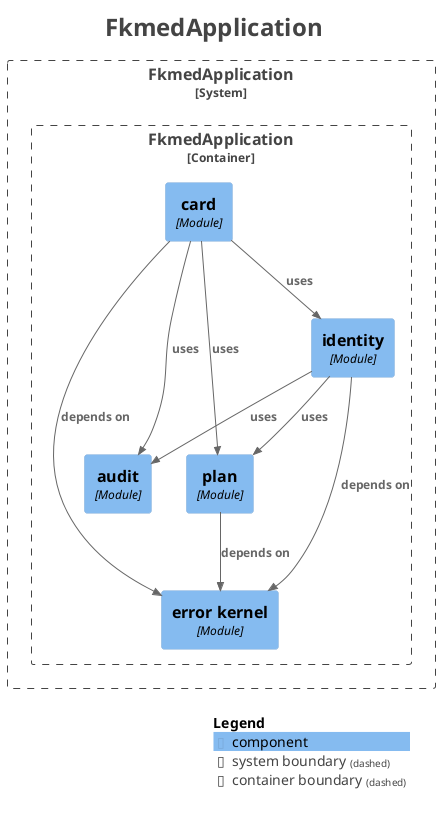
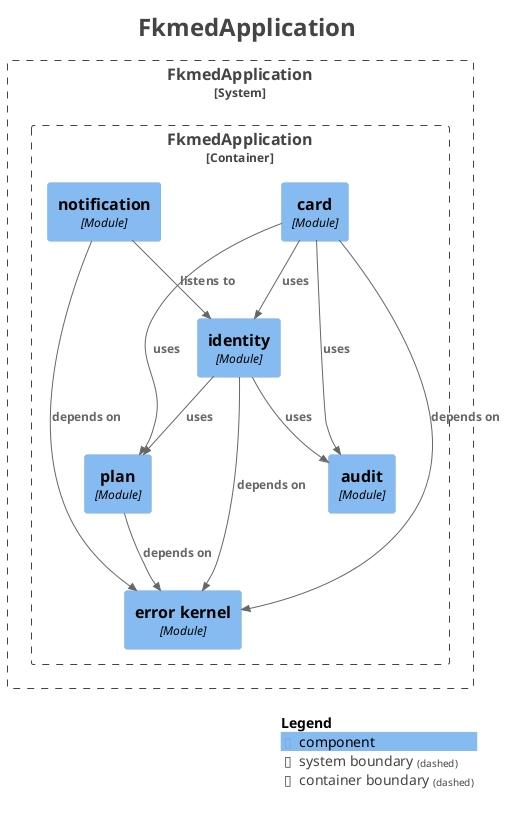
@startuml
title <size:24>FkmedApplication</size>

set separator none
top to bottom direction

<style>
  root {
    BackgroundColor: #ffffff
    FontColor: #444444
  }
</style>

!include <C4/C4>
!include <C4/C4_Context>
!include <C4/C4_Component>

System_Boundary("FkmedApplication_boundary", "FkmedApplication", $tags="") {
  Container_Boundary("FkmedApplication.FkmedApplication_boundary", "FkmedApplication", $tags="") {
    Component(FkmedApplication.FkmedApplication.audit, "audit", $techn="Module", $descr="", $tags="", $link="")
    Component(FkmedApplication.FkmedApplication.errorkernel, "error kernel", $techn="Module", $descr="", $tags="", $link="")
    Component(FkmedApplication.FkmedApplication.plan, "plan", $techn="Module", $descr="", $tags="", $link="")
    Component(FkmedApplication.FkmedApplication.identity, "identity", $techn="Module", $descr="", $tags="", $link="")
    Component(FkmedApplication.FkmedApplication.card, "card", $techn="Module", $descr="", $tags="", $link="")
+     Component(FkmedApplication.FkmedApplication.notification, "notification", $techn="Module", $descr="", $tags="", $link="")
  }

}

+ Rel(FkmedApplication.FkmedApplication.card, FkmedApplication.FkmedApplication.audit, "uses", $techn="", $tags="", $link="")
Rel(FkmedApplication.FkmedApplication.card, FkmedApplication.FkmedApplication.errorkernel, "depends on", $techn="", $tags="", $link="")
+ Rel(FkmedApplication.FkmedApplication.card, FkmedApplication.FkmedApplication.identity, "uses", $techn="", $tags="", $link="")
Rel(FkmedApplication.FkmedApplication.card, FkmedApplication.FkmedApplication.plan, "uses", $techn="", $tags="", $link="")
- Rel(FkmedApplication.FkmedApplication.card, FkmedApplication.FkmedApplication.identity, "uses", $techn="", $tags="", $link="")
- Rel(FkmedApplication.FkmedApplication.card, FkmedApplication.FkmedApplication.audit, "uses", $techn="", $tags="", $link="")
+ Rel(FkmedApplication.FkmedApplication.identity, FkmedApplication.FkmedApplication.audit, "uses", $techn="", $tags="", $link="")
Rel(FkmedApplication.FkmedApplication.identity, FkmedApplication.FkmedApplication.errorkernel, "depends on", $techn="", $tags="", $link="")
Rel(FkmedApplication.FkmedApplication.identity, FkmedApplication.FkmedApplication.plan, "uses", $techn="", $tags="", $link="")
- Rel(FkmedApplication.FkmedApplication.identity, FkmedApplication.FkmedApplication.audit, "uses", $techn="", $tags="", $link="")
+ Rel(FkmedApplication.FkmedApplication.notification, FkmedApplication.FkmedApplication.errorkernel, "depends on", $techn="", $tags="", $link="")
+ Rel(FkmedApplication.FkmedApplication.notification, FkmedApplication.FkmedApplication.identity, "listens to", $techn="", $tags="", $link="")
Rel(FkmedApplication.FkmedApplication.plan, FkmedApplication.FkmedApplication.errorkernel, "depends on", $techn="", $tags="", $link="")

SHOW_LEGEND(true)
hide stereotypes
@enduml